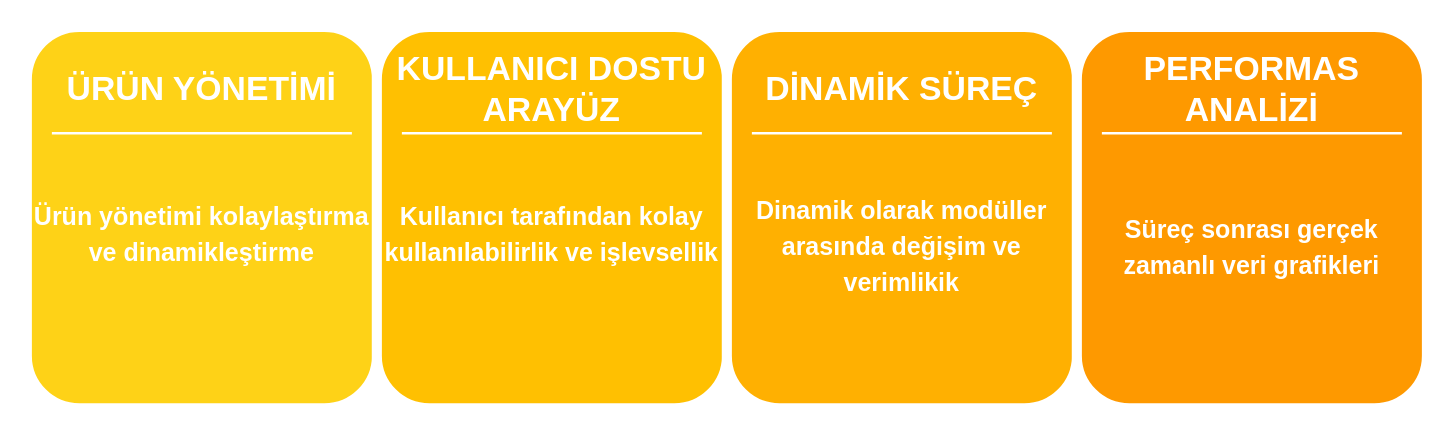
Earlier version of the draw.io diagram Untitled Diagram.drawio (otakhin/Dershane-Y-netim-Sistemi). Source tidied: cells renumbered, new cells numbered last; positions are measured from the earlier drawing's top-left corner, leaving out a move shared by most shapes. Both pictures are drawn from the tidied source at 125%, with x=0, y=0 at pixel (26, 26).
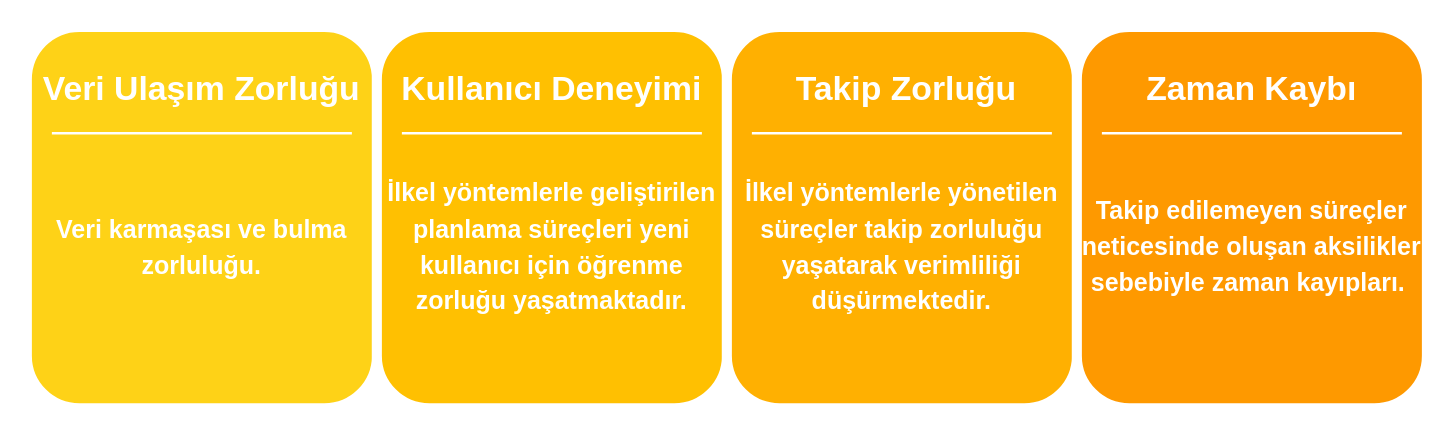
Above is the later version.

The edit, as a diff of the source:
```diff
@@
-    <mxCell id="3" value="ÜRÜN YÖNETİMİ" style="text;html=1;strokeColor=none;fillColor=none;align=center;verticalAlign=middle;whiteSpace=wrap;rounded=0;shadow=0;fontSize=27;fontColor=#FFFFFF;fontStyle=1;" parent="1" vertex="1">
+    <mxCell id="3" value="Veri Ulaşım Zorluğu" style="text;html=1;strokeColor=none;fillColor=none;align=center;verticalAlign=middle;whiteSpace=wrap;rounded=0;shadow=0;fontSize=27;fontColor=#FFFFFF;fontStyle=1;" parent="1" vertex="1">
       <mxGeometry y="20" width="280" height="60" as="geometry" />
     </mxCell>
@@
-    <mxCell id="7" value="KULLANICI DOSTU&lt;div&gt;ARAYÜZ&lt;/div&gt;" style="text;html=1;strokeColor=none;fillColor=none;align=center;verticalAlign=middle;whiteSpace=wrap;rounded=0;shadow=0;fontSize=27;fontColor=#FFFFFF;fontStyle=1;" parent="1" vertex="1">
+    <mxCell id="7" value="Kullanıcı Deneyimi" style="text;html=1;strokeColor=none;fillColor=none;align=center;verticalAlign=middle;whiteSpace=wrap;rounded=0;shadow=0;fontSize=27;fontColor=#FFFFFF;fontStyle=1;" parent="1" vertex="1">
       <mxGeometry x="280" y="20" width="280" height="60" as="geometry" />
     </mxCell>
@@
-    <mxCell id="11" value="DİNAMİK SÜREÇ" style="text;html=1;strokeColor=none;fillColor=none;align=center;verticalAlign=middle;whiteSpace=wrap;rounded=0;shadow=0;fontSize=27;fontColor=#FFFFFF;fontStyle=1;" parent="1" vertex="1">
+    <mxCell id="11" value="&amp;nbsp;Takip Zorluğu" style="text;html=1;strokeColor=none;fillColor=none;align=center;verticalAlign=middle;whiteSpace=wrap;rounded=0;shadow=0;fontSize=27;fontColor=#FFFFFF;fontStyle=1;" parent="1" vertex="1">
       <mxGeometry x="560" y="20" width="280" height="60" as="geometry" />
     </mxCell>
@@
-    <mxCell id="15" value="PERFORMAS ANALİZİ" style="text;html=1;strokeColor=none;fillColor=none;align=center;verticalAlign=middle;whiteSpace=wrap;rounded=0;shadow=0;fontSize=27;fontColor=#FFFFFF;fontStyle=1;" parent="1" vertex="1">
+    <mxCell id="15" value="Zaman Kaybı" style="text;html=1;strokeColor=none;fillColor=none;align=center;verticalAlign=middle;whiteSpace=wrap;rounded=0;shadow=0;fontSize=27;fontColor=#FFFFFF;fontStyle=1;" parent="1" vertex="1">
       <mxGeometry x="840" y="20" width="280" height="60" as="geometry" />
     </mxCell>
@@
-    <mxCell id="18" value="&lt;span style=&quot;font-size: 20px;&quot;&gt;Ürün yönetimi kolaylaştırma ve dinamikleştirme&lt;/span&gt;" style="text;html=1;strokeColor=none;fillColor=none;align=center;verticalAlign=middle;whiteSpace=wrap;rounded=0;shadow=0;fontSize=24;fontColor=#FFFFFF;fontStyle=1;" parent="1" vertex="1">
-      <mxGeometry y="135" width="280" height="60" as="geometry" />
+    <mxCell id="18" value="&lt;div style=&quot;&quot;&gt;&lt;span style=&quot;font-size: 20px;&quot;&gt;Veri karmaşası ve bulma zorluluğu.&lt;/span&gt;&lt;/div&gt;" style="text;html=1;strokeColor=none;fillColor=none;align=center;verticalAlign=middle;whiteSpace=wrap;rounded=0;shadow=0;fontSize=24;fontColor=#FFFFFF;fontStyle=1;" parent="1" vertex="1">
+      <mxGeometry y="145" width="280" height="60" as="geometry" />
     </mxCell>
-    <mxCell id="19" value="&lt;span style=&quot;font-size: 20px;&quot;&gt;Kullanıcı tarafından kolay kullanılabilirlik ve işlevsellik&lt;/span&gt;" style="text;html=1;strokeColor=none;fillColor=none;align=center;verticalAlign=middle;whiteSpace=wrap;rounded=0;shadow=0;fontSize=24;fontColor=#FFFFFF;fontStyle=1;" parent="1" vertex="1">
-      <mxGeometry x="280" y="135" width="280" height="60" as="geometry" />
+    <mxCell id="19" value="&lt;span style=&quot;font-size: 20px;&quot;&gt;İlkel yöntemlerle geliştirilen planlama süreçleri yeni kullanıcı için öğrenme zorluğu yaşatmaktadır.&lt;/span&gt;" style="text;html=1;strokeColor=none;fillColor=none;align=center;verticalAlign=middle;whiteSpace=wrap;rounded=0;shadow=0;fontSize=24;fontColor=#FFFFFF;fontStyle=1;" parent="1" vertex="1">
+      <mxGeometry x="280" y="145" width="280" height="60" as="geometry" />
     </mxCell>
-    <mxCell id="20" value="&lt;span style=&quot;font-size: 20px;&quot;&gt;Dinamik olarak modüller arasında değişim ve verimlikik&lt;/span&gt;" style="text;html=1;strokeColor=none;fillColor=none;align=center;verticalAlign=middle;whiteSpace=wrap;rounded=0;shadow=0;fontSize=24;fontColor=#FFFFFF;fontStyle=1;" parent="1" vertex="1">
+    <mxCell id="20" value="&lt;span style=&quot;font-size: 20px;&quot;&gt;İlkel yöntemlerle yönetilen süreçler takip zorluluğu yaşatarak verimliliği düşürmektedir.&lt;/span&gt;" style="text;html=1;strokeColor=none;fillColor=none;align=center;verticalAlign=middle;whiteSpace=wrap;rounded=0;shadow=0;fontSize=24;fontColor=#FFFFFF;fontStyle=1;" parent="1" vertex="1">
       <mxGeometry x="560" y="145" width="280" height="60" as="geometry" />
     </mxCell>
-    <mxCell id="21" value="&lt;span style=&quot;font-size: 20px;&quot;&gt;Süreç sonrası gerçek zamanlı veri grafikleri&lt;/span&gt;" style="text;html=1;strokeColor=none;fillColor=none;align=center;verticalAlign=middle;whiteSpace=wrap;rounded=0;shadow=0;fontSize=24;fontColor=#FFFFFF;fontStyle=1;" parent="1" vertex="1">
+    <mxCell id="21" value="&lt;span style=&quot;font-size: 20px;&quot;&gt;Takip edilemeyen süreçler neticesinde oluşan aksilikler sebebiyle zaman kayıpları.&amp;nbsp;&lt;/span&gt;" style="text;html=1;strokeColor=none;fillColor=none;align=center;verticalAlign=middle;whiteSpace=wrap;rounded=0;shadow=0;fontSize=24;fontColor=#FFFFFF;fontStyle=1;" parent="1" vertex="1">
       <mxGeometry x="840" y="145" width="280" height="60" as="geometry" />
     </mxCell>
```
